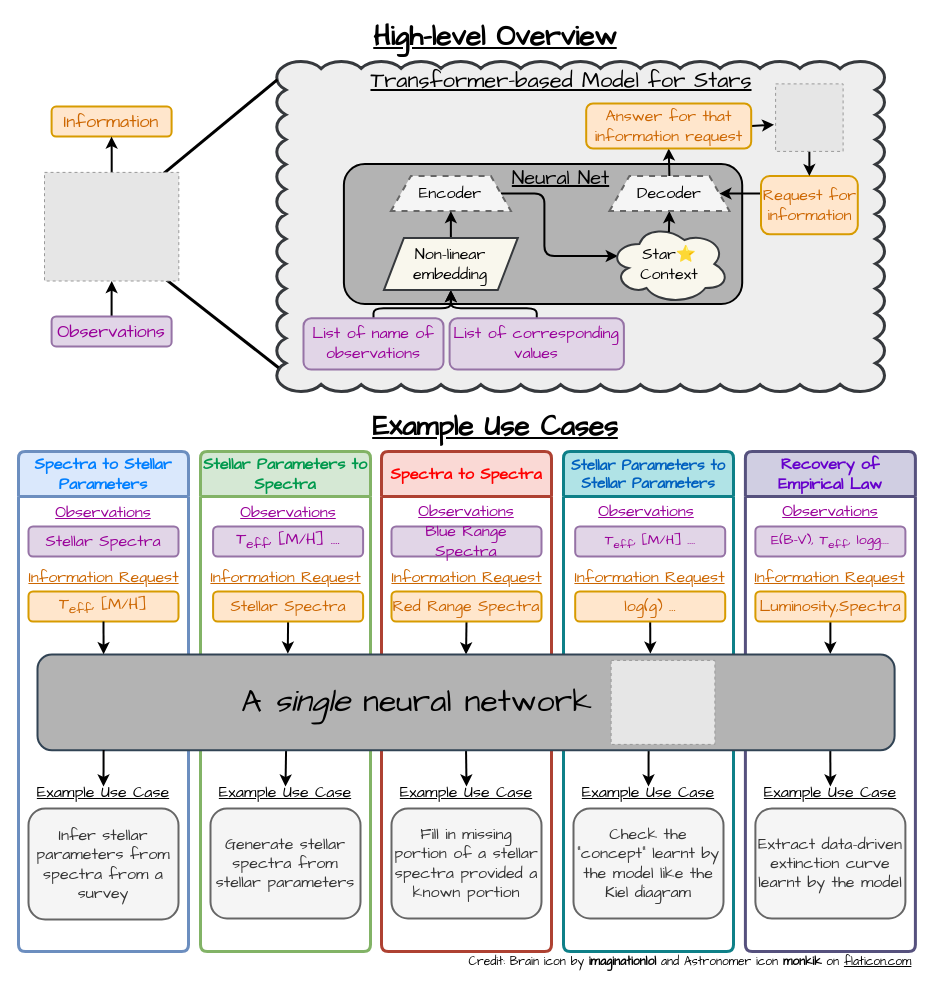
This is model_overview.drawio from Xsmos/cosmology_foundation, a draw.io file, before an edit. Source tidied: cells renumbered, new cells numbered last; positions are measured from the earlier drawing's top-left corner, leaving out a move shared by most shapes. Both pictures are drawn from the tidied source at 100%, with x=0, y=0 at pixel (18, 21). Pictures stored in the file or linked from it are replaced by grey dashed boxes.
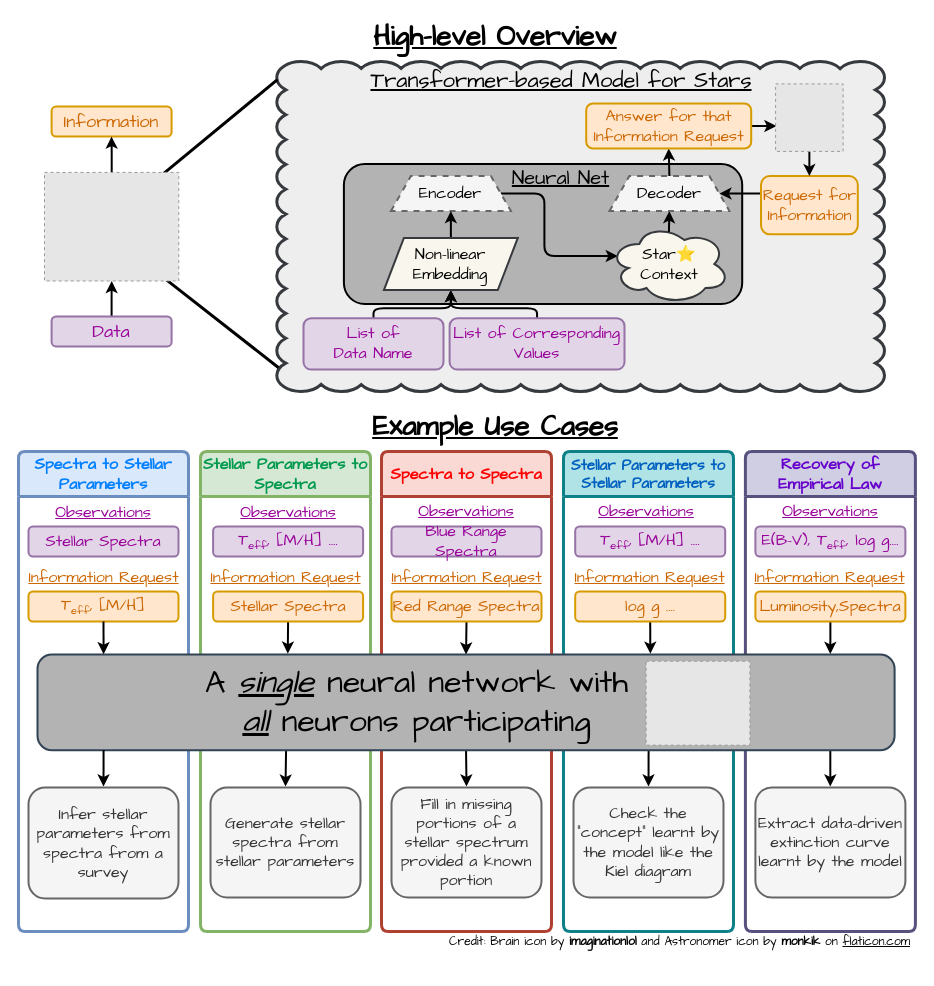
The same diagram, later.

Unchanged cells that the change refers to:
```xml
<mxCell id="43" style="fillColor=#E6E6E6;strokeColor=#999999;dashed=1;verticalLabelPosition=bottom;labelBackgroundColor=default;verticalAlign=top;" parent="1" vertex="1">
  <mxGeometry x="757.1" y="62.4" width="67.5" height="67.5" as="geometry" />
</mxCell>
<mxCell id="75" style="rounded=1;whiteSpace=wrap;html=1;fillColor=#B3B3B3;strokeColor=#314354;fontColor=#ffffff;strokeWidth=2;" parent="1" vertex="1">
  <mxGeometry x="19" y="633" width="857.1" height="95.7" as="geometry" />
</mxCell>
```

Change to the diagram source:
```diff
@@
-    <mxCell id="2" style="edgeStyle=elbowEdgeStyle;rounded=0;jettySize=auto;html=1;exitX=0.29;exitY=1.008;exitDx=0;exitDy=0;entryX=0.5;entryY=0;entryDx=0;entryDy=0;strokeWidth=2;exitPerimeter=0;spacing=0;" parent="1" edge="1" source="75" target="55">
-      <mxGeometry relative="1" as="geometry" />
+    <mxCell id="2" style="edgeStyle=elbowEdgeStyle;rounded=0;jettySize=auto;html=1;exitX=0.29;exitY=1.008;exitDx=0;exitDy=0;entryX=0.5;entryY=0;entryDx=0;entryDy=0;strokeWidth=2;exitPerimeter=0;spacing=0;" parent="1" edge="1" source="75">
+      <mxGeometry relative="1" as="geometry">
+        <mxPoint x="267" y="765" as="targetPoint" />
+      </mxGeometry>
     </mxCell>
-    <mxCell id="3" style="edgeStyle=orthogonalEdgeStyle;rounded=0;jettySize=auto;html=1;exitX=0.5;exitY=1;exitDx=0;exitDy=0;entryX=0.5;entryY=0;entryDx=0;entryDy=0;strokeWidth=2;" parent="1" edge="1" source="75" target="64">
-      <mxGeometry relative="1" as="geometry" />
+    <mxCell id="3" style="edgeStyle=orthogonalEdgeStyle;rounded=0;jettySize=auto;html=1;exitX=0.5;exitY=1;exitDx=0;exitDy=0;entryX=0.5;entryY=0;entryDx=0;entryDy=0;strokeWidth=2;" parent="1" edge="1" source="75">
+      <mxGeometry relative="1" as="geometry">
+        <mxPoint x="448" y="765" as="targetPoint" />
+      </mxGeometry>
     </mxCell>
-    <mxCell id="4" style="edgeStyle=orthogonalEdgeStyle;rounded=0;jettySize=auto;html=1;exitX=0.713;exitY=0.999;exitDx=0;exitDy=0;entryX=0.5;entryY=0;entryDx=0;entryDy=0;strokeWidth=2;exitPerimeter=0;" parent="1" edge="1" source="75" target="71">
-      <mxGeometry relative="1" as="geometry" />
+    <mxCell id="4" style="edgeStyle=orthogonalEdgeStyle;rounded=0;jettySize=auto;html=1;exitX=0.713;exitY=0.999;exitDx=0;exitDy=0;entryX=0.5;entryY=0;entryDx=0;entryDy=0;strokeWidth=2;exitPerimeter=0;" parent="1" edge="1" source="75">
+      <mxGeometry relative="1" as="geometry">
+        <mxPoint x="630" y="765" as="targetPoint" />
+      </mxGeometry>
     </mxCell>
-    <mxCell id="5" style="edgeStyle=orthogonalEdgeStyle;rounded=0;jettySize=auto;html=1;exitX=0.925;exitY=0.995;exitDx=0;exitDy=0;entryX=0.5;entryY=0;entryDx=0;entryDy=0;exitPerimeter=0;strokeWidth=2;" parent="1" edge="1" source="75" target="14">
-      <mxGeometry relative="1" as="geometry" />
+    <mxCell id="5" style="edgeStyle=orthogonalEdgeStyle;rounded=0;jettySize=auto;html=1;exitX=0.925;exitY=0.995;exitDx=0;exitDy=0;entryX=0.5;entryY=0;entryDx=0;entryDy=0;exitPerimeter=0;strokeWidth=2;" parent="1" edge="1" source="75">
+      <mxGeometry relative="1" as="geometry">
+        <mxPoint x="811.8" y="765" as="targetPoint" />
+      </mxGeometry>
     </mxCell>
@@
     <mxCell id="10" value="&lt;font color=&quot;#6600cc&quot; style=&quot;font-size: 16px;&quot;&gt;Recovery of Empirical Law&lt;/font&gt;" style="swimlane;whiteSpace=wrap;html=1;fillColor=#d0cee2;strokeColor=#56517e;strokeWidth=3;rounded=1;arcSize=5;fontFamily=Comic Sans MS;startSize=45;verticalAlign=middle;" parent="1" vertex="1">
-      <mxGeometry x="726.9" y="430" width="170" height="500" as="geometry" />
+      <mxGeometry x="726.9" y="430" width="170" height="480" as="geometry" />
     </mxCell>
@@
-    <mxCell id="12" value="&lt;span style=&quot;font-size: 14px;&quot;&gt;&lt;font color=&quot;#990099&quot;&gt;E(B-V), T&lt;sub&gt;eff&lt;/sub&gt;, logg....&lt;/font&gt;&lt;/span&gt;" style="rounded=1;whiteSpace=wrap;html=1;fillColor=#e1d5e7;strokeColor=#9673a6;fontFamily=Comic Sans MS;strokeWidth=2;" parent="10" vertex="1">
+    <mxCell id="12" value="&lt;font style=&quot;&quot; color=&quot;#990099&quot;&gt;&lt;span style=&quot;font-size: 16px;&quot;&gt;E(B-V), T&lt;/span&gt;&lt;sub style=&quot;&quot;&gt;&lt;font style=&quot;font-size: 11px;&quot;&gt;eff&lt;/font&gt;&lt;/sub&gt;&lt;span style=&quot;font-size: 16px;&quot;&gt;, log g....&lt;/span&gt;&lt;/font&gt;" style="rounded=1;whiteSpace=wrap;html=1;fillColor=#e1d5e7;strokeColor=#9673a6;fontFamily=Comic Sans MS;strokeWidth=2;" parent="10" vertex="1">
       <mxGeometry x="10" y="75" width="150" height="30" as="geometry" />
     </mxCell>
     <mxCell id="13" value="&lt;font style=&quot;font-size: 16px;&quot;&gt;Extract data-driven extinction curve learnt by the model&lt;/font&gt;" style="rounded=1;whiteSpace=wrap;html=1;fillColor=#f5f5f5;strokeColor=#666666;fontColor=#333333;fontFamily=Comic Sans MS;strokeWidth=2;" parent="10" vertex="1">
-      <mxGeometry x="10" y="357" width="150" height="110" as="geometry" />
+      <mxGeometry x="10" y="336" width="150" height="110" as="geometry" />
     </mxCell>
-    <mxCell id="14" value="&lt;u style=&quot;&quot;&gt;&lt;font style=&quot;font-size: 16px;&quot;&gt;Example Use Case&lt;/font&gt;&lt;/u&gt;" style="text;html=1;strokeColor=none;fillColor=none;align=center;verticalAlign=middle;whiteSpace=wrap;rounded=0;fontFamily=Comic Sans MS;" parent="10" vertex="1">
-      <mxGeometry x="15" y="335" width="140" height="12" as="geometry" />
-    </mxCell>
@@
-    <mxCell id="21" value="&lt;font style=&quot;font-size: 16px;&quot; color=&quot;#990099&quot;&gt;List of name of observations&lt;/font&gt;" style="rounded=1;whiteSpace=wrap;html=1;fillColor=#e1d5e7;strokeColor=#9673a6;fontFamily=Comic Sans MS;strokeWidth=2;" parent="1" vertex="1">
+    <mxCell id="21" value="&lt;font style=&quot;font-size: 16px;&quot; color=&quot;#990099&quot;&gt;List of &lt;br&gt;Data Name&lt;/font&gt;" style="rounded=1;whiteSpace=wrap;html=1;fillColor=#e1d5e7;strokeColor=#9673a6;fontFamily=Comic Sans MS;strokeWidth=2;" parent="1" vertex="1">
       <mxGeometry x="285" y="296.8" width="140" height="51.3" as="geometry" />
     </mxCell>
@@
-    <mxCell id="27" value="&lt;font color=&quot;#cc6600&quot; style=&quot;font-size: 16px;&quot;&gt;Request for information&lt;/font&gt;" style="rounded=1;whiteSpace=wrap;html=1;fillColor=#ffe6cc;strokeColor=#d79b00;fontFamily=Comic Sans MS;strokeWidth=2;" parent="1" vertex="1">
+    <mxCell id="27" value="&lt;font color=&quot;#cc6600&quot; style=&quot;font-size: 16px;&quot;&gt;Request for Information&lt;/font&gt;" style="rounded=1;whiteSpace=wrap;html=1;fillColor=#ffe6cc;strokeColor=#d79b00;fontFamily=Comic Sans MS;strokeWidth=2;" parent="1" vertex="1">
       <mxGeometry x="742.5" y="154.6" width="96.8" height="58.2" as="geometry" />
     </mxCell>
-    <mxCell id="28" style="rounded=0;jettySize=auto;html=1;entryX=-0.023;entryY=0.606;entryDx=0;entryDy=0;strokeWidth=2;exitX=1;exitY=0.5;exitDx=0;exitDy=0;entryPerimeter=0;" parent="1" edge="1" source="29" target="43">
+    <mxCell id="28" style="edgeStyle=orthogonalEdgeStyle;rounded=0;jettySize=auto;html=1;exitX=1;exitY=0.5;exitDx=0;exitDy=0;entryX=0.012;entryY=0.624;entryDx=0;entryDy=0;entryPerimeter=0;strokeWidth=2;" parent="1" edge="1" source="29" target="43">
       <mxGeometry relative="1" as="geometry" />
     </mxCell>
-    <mxCell id="29" value="&lt;font color=&quot;#cc6600&quot; style=&quot;font-size: 16px;&quot;&gt;Answer for that information request&lt;/font&gt;" style="rounded=1;whiteSpace=wrap;html=1;fillColor=#ffe6cc;strokeColor=#d79b00;fontFamily=Comic Sans MS;strokeWidth=2;" parent="1" vertex="1">
+    <mxCell id="29" value="&lt;font color=&quot;#cc6600&quot; style=&quot;font-size: 16px;&quot;&gt;Answer for that Information Request&lt;/font&gt;" style="rounded=1;whiteSpace=wrap;html=1;fillColor=#ffe6cc;strokeColor=#d79b00;fontFamily=Comic Sans MS;strokeWidth=2;" parent="1" vertex="1">
       <mxGeometry x="567.7" y="82" width="165" height="45" as="geometry" />
     </mxCell>
@@
-    <mxCell id="31" value="&lt;font style=&quot;font-size: 18px;&quot; color=&quot;#990099&quot;&gt;Observations&lt;/font&gt;" style="rounded=1;whiteSpace=wrap;html=1;fillColor=#e1d5e7;strokeColor=#9673a6;fontFamily=Comic Sans MS;strokeWidth=2;" parent="1" vertex="1">
+    <mxCell id="31" value="&lt;font style=&quot;font-size: 18px;&quot; color=&quot;#990099&quot;&gt;Data&lt;/font&gt;" style="rounded=1;whiteSpace=wrap;html=1;fillColor=#e1d5e7;strokeColor=#9673a6;fontFamily=Comic Sans MS;strokeWidth=2;" parent="1" vertex="1">
       <mxGeometry x="33.1" y="294.9" width="120" height="30" as="geometry" />
     </mxCell>
@@
-    <mxCell id="36" value="&lt;font style=&quot;font-size: 16px;&quot; color=&quot;#990099&quot;&gt;List of corresponding values&lt;/font&gt;" style="rounded=1;whiteSpace=wrap;html=1;fillColor=#e1d5e7;strokeColor=#9673a6;fontFamily=Comic Sans MS;strokeWidth=2;" parent="1" vertex="1">
-      <mxGeometry x="431.1" y="296.8" width="174.3" height="51.3" as="geometry" />
+    <mxCell id="36" value="&lt;font style=&quot;font-size: 16px;&quot; color=&quot;#990099&quot;&gt;List of Corresponding Values&lt;/font&gt;" style="rounded=1;whiteSpace=wrap;html=1;fillColor=#e1d5e7;strokeColor=#9673a6;fontFamily=Comic Sans MS;strokeWidth=2;" parent="1" vertex="1">
+      <mxGeometry x="431.1" y="296.8" width="174.9" height="51.3" as="geometry" />
     </mxCell>
@@
-    <mxCell id="38" value="&lt;font style=&quot;font-size: 16px;&quot;&gt;Non-linear &lt;br&gt;embedding&lt;/font&gt;" style="shape=parallelogram;perimeter=parallelogramPerimeter;whiteSpace=wrap;html=1;fixedSize=1;fontFamily=Comic Sans MS;strokeWidth=2;fillColor=#f9f7ed;strokeColor=#36393d;" parent="1" vertex="1">
+    <mxCell id="38" value="&lt;font style=&quot;font-size: 16px;&quot;&gt;Non-linear &lt;br&gt;Embedding&lt;/font&gt;" style="shape=parallelogram;perimeter=parallelogramPerimeter;whiteSpace=wrap;html=1;fixedSize=1;fontFamily=Comic Sans MS;strokeWidth=2;fillColor=#f9f7ed;strokeColor=#36393d;" parent="1" vertex="1">
       <mxGeometry x="365.4" y="216.4" width="133.9" height="52.2" as="geometry" />
     </mxCell>
@@
     <mxCell id="44" value="&lt;font style=&quot;font-size: 16px;&quot; color=&quot;#007fff&quot;&gt;Spectra to Stellar Parameters&lt;/font&gt;" style="swimlane;whiteSpace=wrap;html=1;fillColor=#dae8fc;strokeColor=#6c8ebf;strokeWidth=3;rounded=1;arcSize=5;fontFamily=Comic Sans MS;startSize=45;verticalAlign=middle;" parent="1" vertex="1">
-      <mxGeometry y="430" width="170" height="500" as="geometry" />
+      <mxGeometry y="430" width="170" height="480" as="geometry" />
     </mxCell>
@@
-    <mxCell id="47" value="&lt;font style=&quot;font-size: 16px;&quot;&gt;&lt;font color=&quot;#cc6600&quot; style=&quot;border-color: var(--border-color); font-size: 16px;&quot;&gt;T&lt;sub style=&quot;border-color: var(--border-color);&quot;&gt;eff&lt;/sub&gt;&lt;/font&gt;&lt;font style=&quot;font-size: 16px;&quot; color=&quot;#cc6600&quot;&gt;, [M/H]&lt;/font&gt;&lt;/font&gt;" style="rounded=1;whiteSpace=wrap;html=1;fillColor=#ffe6cc;strokeColor=#d79b00;fontFamily=Comic Sans MS;strokeWidth=2;" parent="44" vertex="1">
+    <mxCell id="47" value="&lt;font style=&quot;&quot;&gt;&lt;font color=&quot;#cc6600&quot; style=&quot;border-color: var(--border-color);&quot;&gt;&lt;span style=&quot;font-size: 16px;&quot;&gt;T&lt;/span&gt;&lt;sub style=&quot;border-color: var(--border-color);&quot;&gt;&lt;font style=&quot;font-size: 11px;&quot;&gt;eff&lt;/font&gt;&lt;/sub&gt;&lt;/font&gt;&lt;font style=&quot;font-size: 16px;&quot; color=&quot;#cc6600&quot;&gt;, [M/H]&lt;/font&gt;&lt;/font&gt;" style="rounded=1;whiteSpace=wrap;html=1;fillColor=#ffe6cc;strokeColor=#d79b00;fontFamily=Comic Sans MS;strokeWidth=2;" parent="44" vertex="1">
       <mxGeometry x="10" y="140" width="150" height="30" as="geometry" />
     </mxCell>
@@
     <mxCell id="49" value="&lt;font style=&quot;font-size: 16px;&quot;&gt;Infer stellar parameters from spectra from a survey&lt;/font&gt;" style="rounded=1;whiteSpace=wrap;html=1;fillColor=#f5f5f5;strokeColor=#666666;fontColor=#333333;fontFamily=Comic Sans MS;strokeWidth=2;" parent="44" vertex="1">
-      <mxGeometry x="10" y="357" width="150" height="111" as="geometry" />
+      <mxGeometry x="10" y="336" width="150" height="111" as="geometry" />
     </mxCell>
-    <mxCell id="50" value="&lt;u style=&quot;&quot;&gt;&lt;font style=&quot;font-size: 16px;&quot;&gt;Example Use Case&lt;/font&gt;&lt;/u&gt;" style="text;html=1;strokeColor=none;fillColor=none;align=center;verticalAlign=middle;whiteSpace=wrap;rounded=0;fontFamily=Comic Sans MS;" parent="44" vertex="1">
-      <mxGeometry x="15" y="335" width="140" height="12" as="geometry" />
-    </mxCell>
     <mxCell id="51" value="&lt;font color=&quot;#00994d&quot; style=&quot;font-size: 16px;&quot;&gt;Stellar Parameters to Spectra&lt;/font&gt;" style="swimlane;whiteSpace=wrap;html=1;fillColor=#d5e8d4;strokeColor=#82b366;strokeWidth=3;rounded=1;arcSize=5;fontFamily=Comic Sans MS;startSize=45;verticalAlign=middle;" parent="1" vertex="1">
-      <mxGeometry x="182" y="430" width="170" height="500" as="geometry" />
+      <mxGeometry x="182" y="430" width="170" height="480" as="geometry" />
     </mxCell>
@@
-    <mxCell id="53" value="&lt;font style=&quot;font-size: 16px;&quot;&gt;&lt;font style=&quot;font-size: 16px;&quot; color=&quot;#990099&quot;&gt;T&lt;sub style=&quot;border-color: var(--border-color);&quot;&gt;eff&lt;/sub&gt;&lt;/font&gt;&lt;font style=&quot;font-size: 16px;&quot; color=&quot;#990099&quot;&gt;, [M/H] ....&lt;/font&gt;&lt;/font&gt;" style="rounded=1;whiteSpace=wrap;html=1;fillColor=#e1d5e7;strokeColor=#9673a6;fontFamily=Comic Sans MS;strokeWidth=2;" parent="51" vertex="1">
+    <mxCell id="53" value="&lt;font style=&quot;&quot;&gt;&lt;font style=&quot;&quot; color=&quot;#990099&quot;&gt;&lt;span style=&quot;font-size: 16px;&quot;&gt;T&lt;/span&gt;&lt;sub style=&quot;border-color: var(--border-color);&quot;&gt;&lt;font style=&quot;font-size: 11px;&quot;&gt;eff&lt;/font&gt;&lt;/sub&gt;&lt;/font&gt;&lt;font style=&quot;font-size: 16px;&quot; color=&quot;#990099&quot;&gt;, [M/H] ....&lt;/font&gt;&lt;/font&gt;" style="rounded=1;whiteSpace=wrap;html=1;fillColor=#e1d5e7;strokeColor=#9673a6;fontFamily=Comic Sans MS;strokeWidth=2;" parent="51" vertex="1">
       <mxGeometry x="12.6" y="75" width="150" height="30" as="geometry" />
     </mxCell>
     <mxCell id="54" value="&lt;font style=&quot;font-size: 16px;&quot;&gt;Generate stellar spectra from stellar parameters&lt;/font&gt;" style="rounded=1;whiteSpace=wrap;html=1;fillColor=#f5f5f5;strokeColor=#666666;fontColor=#333333;fontFamily=Comic Sans MS;strokeWidth=2;" parent="51" vertex="1">
-      <mxGeometry x="10" y="357" width="150" height="110" as="geometry" />
+      <mxGeometry x="10" y="336" width="150" height="110" as="geometry" />
     </mxCell>
-    <mxCell id="55" value="&lt;u style=&quot;&quot;&gt;&lt;font style=&quot;font-size: 16px;&quot;&gt;Example Use Case&lt;/font&gt;&lt;/u&gt;" style="text;html=1;strokeColor=none;fillColor=none;align=center;verticalAlign=middle;whiteSpace=wrap;rounded=0;fontFamily=Comic Sans MS;" parent="51" vertex="1">
-      <mxGeometry x="15" y="335" width="140" height="12" as="geometry" />
-    </mxCell>
@@
     <mxCell id="59" value="&lt;font color=&quot;#ff0000&quot; style=&quot;font-size: 16px;&quot;&gt;Spectra to Spectra&lt;/font&gt;" style="swimlane;whiteSpace=wrap;html=1;fillColor=#fad9d5;strokeColor=#ae4132;strokeWidth=3;rounded=1;arcSize=5;fontFamily=Comic Sans MS;startSize=45;verticalAlign=middle;" parent="1" vertex="1">
-      <mxGeometry x="363" y="430" width="170" height="500" as="geometry" />
+      <mxGeometry x="363" y="430" width="170" height="480" as="geometry" />
     </mxCell>
@@
-    <mxCell id="62" value="&lt;font style=&quot;font-size: 16px;&quot;&gt;Fill in missing portion of a stellar spectra provided a known portion&lt;/font&gt;" style="rounded=1;whiteSpace=wrap;html=1;fillColor=#f5f5f5;strokeColor=#666666;fontColor=#333333;fontFamily=Comic Sans MS;strokeWidth=2;" parent="59" vertex="1">
-      <mxGeometry x="10" y="357" width="150" height="110" as="geometry" />
+    <mxCell id="62" value="&lt;font style=&quot;font-size: 16px;&quot;&gt;Fill in missing portions of a stellar spectrum provided a known portion&lt;/font&gt;" style="rounded=1;whiteSpace=wrap;html=1;fillColor=#f5f5f5;strokeColor=#666666;fontColor=#333333;fontFamily=Comic Sans MS;strokeWidth=2;" parent="59" vertex="1">
+      <mxGeometry x="10" y="336" width="150" height="110" as="geometry" />
     </mxCell>
@@
-    <mxCell id="64" value="&lt;u style=&quot;&quot;&gt;&lt;font style=&quot;font-size: 16px;&quot;&gt;Example Use Case&lt;/font&gt;&lt;/u&gt;" style="text;html=1;strokeColor=none;fillColor=none;align=center;verticalAlign=middle;whiteSpace=wrap;rounded=0;fontFamily=Comic Sans MS;" parent="59" vertex="1">
-      <mxGeometry x="15" y="335" width="140" height="12" as="geometry" />
-    </mxCell>
@@
     <mxCell id="66" value="&lt;font color=&quot;#0060bf&quot; style=&quot;font-size: 15px;&quot;&gt;Stellar Parameters to Stellar Parameters&lt;/font&gt;" style="swimlane;whiteSpace=wrap;html=1;fillColor=#b0e3e6;strokeColor=#0e8088;strokeWidth=3;rounded=1;arcSize=5;fontFamily=Comic Sans MS;startSize=45;verticalAlign=middle;" parent="1" vertex="1">
-      <mxGeometry x="545" y="430" width="170" height="500" as="geometry" />
+      <mxGeometry x="545" y="430" width="170" height="480" as="geometry" />
     </mxCell>
-    <mxCell id="67" value="&lt;font style=&quot;font-size: 16px;&quot; color=&quot;#cc6600&quot;&gt;log(g) ...&lt;/font&gt;" style="rounded=1;whiteSpace=wrap;html=1;fillColor=#ffe6cc;strokeColor=#d79b00;fontFamily=Comic Sans MS;strokeWidth=2;" parent="66" vertex="1">
+    <mxCell id="67" value="&lt;font style=&quot;font-size: 16px;&quot; color=&quot;#cc6600&quot;&gt;log g ....&lt;/font&gt;" style="rounded=1;whiteSpace=wrap;html=1;fillColor=#ffe6cc;strokeColor=#d79b00;fontFamily=Comic Sans MS;strokeWidth=2;" parent="66" vertex="1">
       <mxGeometry x="11.7" y="140" width="150" height="30" as="geometry" />
     </mxCell>
-    <mxCell id="68" value="&lt;font style=&quot;font-size: 14px;&quot; color=&quot;#990099&quot;&gt;T&lt;sub style=&quot;border-color: var(--border-color);&quot;&gt;eff&lt;/sub&gt;&lt;/font&gt;&lt;span style=&quot;font-size: 14px;&quot;&gt;&lt;font color=&quot;#990099&quot;&gt;, [M/H] ....&lt;/font&gt;&lt;/span&gt;" style="rounded=1;whiteSpace=wrap;html=1;fillColor=#e1d5e7;strokeColor=#9673a6;fontFamily=Comic Sans MS;strokeWidth=2;" parent="66" vertex="1">
+    <mxCell id="68" value="&lt;font style=&quot;&quot;&gt;&lt;font style=&quot;&quot; color=&quot;#990099&quot;&gt;&lt;span style=&quot;font-size: 16px;&quot;&gt;T&lt;/span&gt;&lt;sub style=&quot;border-color: var(--border-color);&quot;&gt;&lt;font style=&quot;font-size: 11px;&quot;&gt;eff&lt;/font&gt;&lt;/sub&gt;&lt;/font&gt;&lt;font style=&quot;font-size: 16px;&quot; color=&quot;#990099&quot;&gt;, [M/H] ....&lt;/font&gt;&lt;/font&gt;" style="rounded=1;whiteSpace=wrap;html=1;fillColor=#e1d5e7;strokeColor=#9673a6;fontFamily=Comic Sans MS;strokeWidth=2;" parent="66" vertex="1">
       <mxGeometry x="11.7" y="75" width="150" height="30" as="geometry" />
     </mxCell>
     <mxCell id="69" value="&lt;font style=&quot;font-size: 16px;&quot;&gt;Check the &quot;concept&quot; learnt by the model like the Kiel diagram&lt;/font&gt;" style="rounded=1;whiteSpace=wrap;html=1;fillColor=#f5f5f5;strokeColor=#666666;fontColor=#333333;fontFamily=Comic Sans MS;strokeWidth=2;" parent="66" vertex="1">
-      <mxGeometry x="10" y="357" width="150" height="110" as="geometry" />
+      <mxGeometry x="10" y="336" width="150" height="110" as="geometry" />
     </mxCell>
@@
-    <mxCell id="71" value="&lt;u style=&quot;&quot;&gt;&lt;font style=&quot;font-size: 16px;&quot;&gt;Example Use Case&lt;/font&gt;&lt;/u&gt;" style="text;html=1;strokeColor=none;fillColor=none;align=center;verticalAlign=middle;whiteSpace=wrap;rounded=0;fontFamily=Comic Sans MS;" parent="66" vertex="1">
-      <mxGeometry x="15" y="335" width="140" height="12" as="geometry" />
-    </mxCell>
@@
     <mxCell id="76" style="fillColor=#E6E6E6;strokeColor=#999999;dashed=1;verticalLabelPosition=bottom;labelBackgroundColor=default;verticalAlign=top;fontFamily=Comic Sans MS;" parent="1" vertex="1">
-      <mxGeometry x="592.6" y="638.9" width="103.8" height="84" as="geometry" />
+      <mxGeometry x="627.6" y="639.7" width="103.8" height="84" as="geometry" />
     </mxCell>
-    <mxCell id="77" value="&lt;font face=&quot;Comic Sans MS&quot; style=&quot;font-size: 32px;&quot;&gt;A &lt;i style=&quot;&quot;&gt;single&lt;/i&gt; neural network&lt;/font&gt;" style="text;html=1;strokeColor=none;fillColor=none;align=center;verticalAlign=middle;whiteSpace=wrap;rounded=0;" parent="1" vertex="1">
-      <mxGeometry x="199" y="665.9" width="398.9" height="30" as="geometry" />
+    <mxCell id="77" value="&lt;font face=&quot;Comic Sans MS&quot; style=&quot;font-size: 32px;&quot;&gt;A &lt;i&gt;&lt;u&gt;single&lt;/u&gt;&lt;/i&gt; neural network with &lt;i&gt;&lt;u&gt;all&lt;/u&gt;&lt;/i&gt; neurons participating&lt;br&gt;&lt;/font&gt;" style="text;html=1;strokeColor=none;fillColor=none;align=center;verticalAlign=middle;whiteSpace=wrap;rounded=0;" parent="1" vertex="1">
+      <mxGeometry x="170" y="636.9" width="456.6" height="87.9" as="geometry" />
     </mxCell>
@@
-    <mxCell id="80" style="rounded=0;jettySize=auto;html=1;exitX=0.083;exitY=0.997;exitDx=0;exitDy=0;entryX=0.5;entryY=0;entryDx=0;entryDy=0;strokeWidth=2;exitPerimeter=0;" parent="1" edge="1" target="50">
+    <mxCell id="80" style="rounded=0;orthogonalLoop=1;jettySize=auto;html=1;exitX=0.083;exitY=0.997;exitDx=0;exitDy=0;entryX=0.5;entryY=0;entryDx=0;entryDy=0;strokeWidth=2;exitPerimeter=0;" parent="1" edge="1">
       <mxGeometry relative="1" as="geometry">
         <mxPoint x="85.1" y="728.4" as="sourcePoint" />
+        <mxPoint x="85" y="765" as="targetPoint" />
       </mxGeometry>
     </mxCell>
-    <mxCell id="81" value="&lt;font face=&quot;Comic Sans MS&quot;&gt;Credit: Brain icon by &lt;b&gt;imaginationlol&lt;/b&gt; and Astronomer icon &lt;b&gt;monkik&lt;/b&gt; on &lt;u&gt;flaticon.com&lt;/u&gt;&lt;/font&gt;" style="text;html=1;strokeColor=none;fillColor=none;align=center;verticalAlign=middle;whiteSpace=wrap;rounded=0;" parent="1" vertex="1">
-      <mxGeometry x="446.9" y="935" width="450" height="10" as="geometry" />
+    <mxCell id="81" value="&lt;font face=&quot;Comic Sans MS&quot;&gt;Credit: Brain icon by &lt;b&gt;imaginationlol&lt;/b&gt; and Astronomer icon by&amp;nbsp;&lt;b&gt;monkik&lt;/b&gt; on &lt;u&gt;flaticon.com&lt;/u&gt;&lt;/font&gt;" style="text;html=1;strokeColor=none;fillColor=none;align=center;verticalAlign=middle;whiteSpace=wrap;rounded=0;" parent="1" vertex="1">
+      <mxGeometry x="426" y="915" width="470.9" height="10" as="geometry" />
     </mxCell>
```
